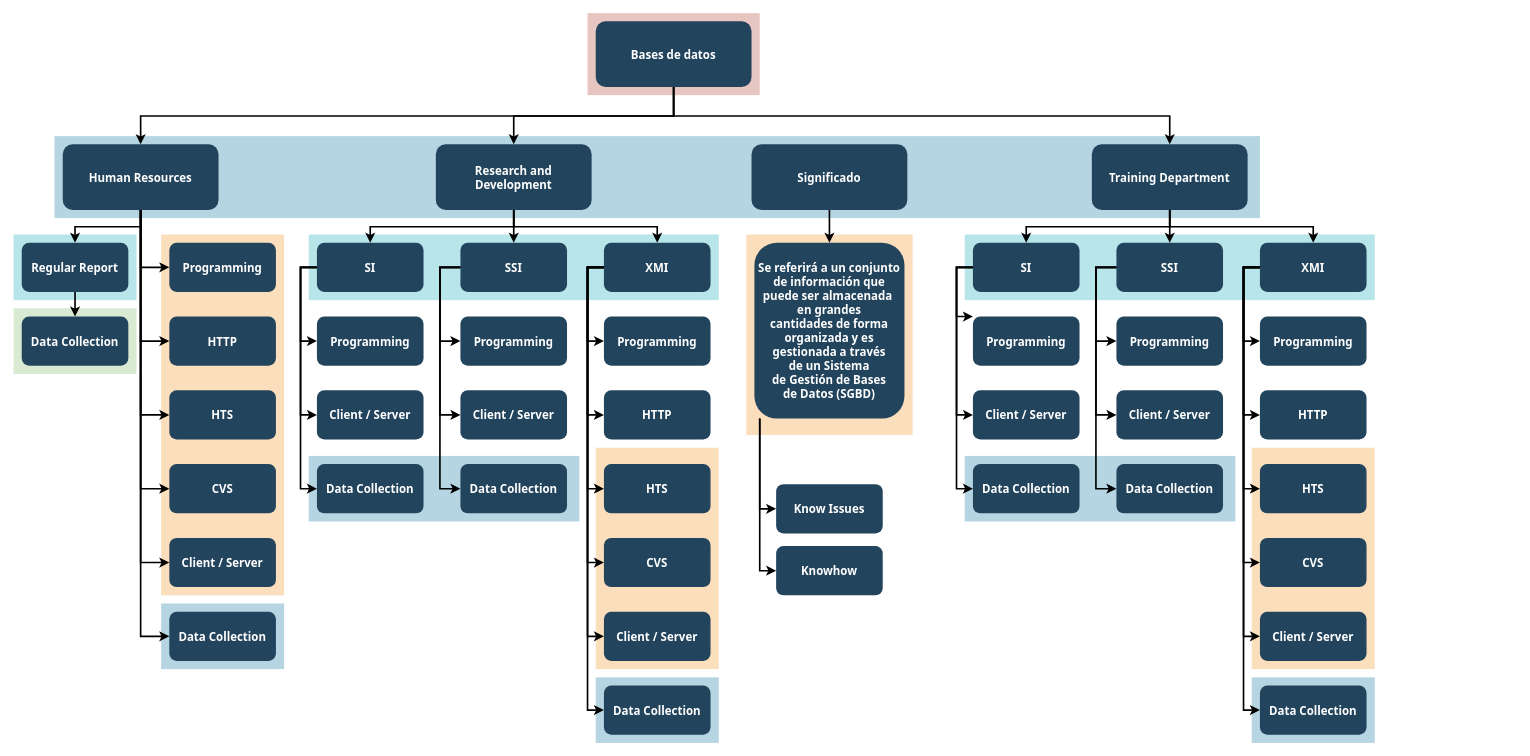
This is bases de datos.drawio from ibongy23/ibongy23.github.io, a draw.io file, before an edit. Source tidied: cells renumbered, new cells numbered last; positions are measured from the earlier drawing's top-left corner, leaving out a move shared by most shapes. Both pictures are drawn from the tidied source at 82%, with x=0, y=0 at pixel (13, 13).
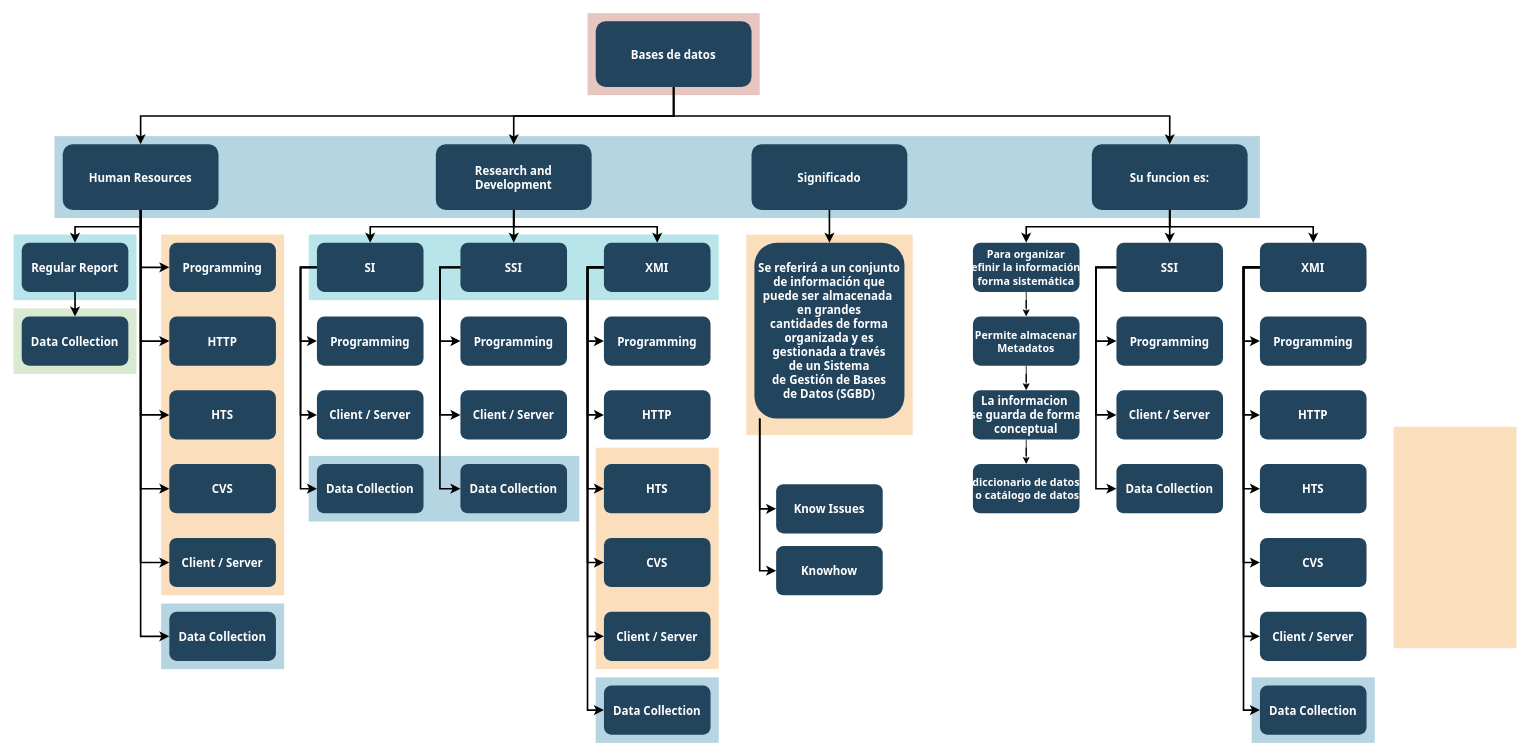
The same diagram, later.

Diff of the diagram source:
```diff
@@
     <mxCell id="4" style="fillColor=#F2931E;strokeColor=none;opacity=30;" parent="1" vertex="1">
-      <mxGeometry x="1510" y="529.5" width="150" height="270" as="geometry" />
+      <mxGeometry x="1683" y="504" width="150" height="270" as="geometry" />
     </mxCell>
@@
-    <mxCell id="9" style="fillColor=#10739E;strokeColor=none;opacity=30;" parent="1" vertex="1">
-      <mxGeometry x="1160" y="539.5" width="330" height="80" as="geometry" />
-    </mxCell>
@@
-    <mxCell id="14" style="fillColor=#12AAB5;strokeColor=none;opacity=30;" parent="1" vertex="1">
-      <mxGeometry x="1160" y="269.5" width="500" height="80" as="geometry" />
-    </mxCell>
@@
-    <mxCell id="18" value="Training Department" style="rounded=1;fillColor=#23445D;gradientColor=none;strokeColor=none;fontColor=#FFFFFF;fontStyle=1;fontFamily=Tahoma;fontSize=14;" parent="1" vertex="1">
+    <mxCell id="18" value="Su funcion es:" style="rounded=1;fillColor=#23445D;gradientColor=none;strokeColor=none;fontColor=#FFFFFF;fontStyle=1;fontFamily=Tahoma;fontSize=14;" parent="1" vertex="1">
       <mxGeometry x="1315" y="159.5" width="190" height="80" as="geometry" />
     </mxCell>
@@
+    <mxCell id="87" style="edgeStyle=orthogonalEdgeStyle;rounded=0;jettySize=auto;html=1;fontSize=13;" parent="1" edge="1" source="49" target="50">
+      <mxGeometry relative="1" as="geometry" />
+    </mxCell>
-    <mxCell id="49" value="SI" style="rounded=1;fillColor=#23445D;gradientColor=none;strokeColor=none;fontColor=#FFFFFF;fontStyle=1;fontFamily=Tahoma;fontSize=14;" parent="1" vertex="1">
+    <mxCell id="49" value="Para organizar &#10;y definir la información de &#10;forma sistemática" style="rounded=1;fillColor=#23445D;gradientColor=none;strokeColor=none;fontColor=#FFFFFF;fontStyle=1;fontFamily=Tahoma;fontSize=13;" parent="1" vertex="1">
       <mxGeometry x="1170" y="279.5" width="130" height="60" as="geometry" />
     </mxCell>
+    <mxCell id="107" style="edgeStyle=orthogonalEdgeStyle;rounded=0;jettySize=auto;html=1;fontSize=13;" parent="1" edge="1" source="50" target="51">
+      <mxGeometry relative="1" as="geometry" />
+    </mxCell>
-    <mxCell id="50" value="Programming" style="rounded=1;fillColor=#23445D;gradientColor=none;strokeColor=none;fontColor=#FFFFFF;fontStyle=1;fontFamily=Tahoma;fontSize=14;" parent="1" vertex="1">
+    <mxCell id="50" value="Permite almacenar&#10;Metadatos" style="rounded=1;fillColor=#23445D;gradientColor=none;strokeColor=none;fontColor=#FFFFFF;fontStyle=1;fontFamily=Tahoma;fontSize=13;" parent="1" vertex="1">
       <mxGeometry x="1170" y="369.5" width="130" height="60" as="geometry" />
     </mxCell>
+    <mxCell id="108" style="edgeStyle=orthogonalEdgeStyle;rounded=0;jettySize=auto;html=1;fontSize=13;" parent="1" edge="1" source="51" target="52">
+      <mxGeometry relative="1" as="geometry" />
+    </mxCell>
-    <mxCell id="51" value="Client / Server" style="rounded=1;fillColor=#23445D;gradientColor=none;strokeColor=none;fontColor=#FFFFFF;fontStyle=1;fontFamily=Tahoma;fontSize=14;" parent="1" vertex="1">
+    <mxCell id="51" value="La informacion &#10;se guarda de forma&#10;conceptual" style="rounded=1;fillColor=#23445D;gradientColor=none;strokeColor=none;fontColor=#FFFFFF;fontStyle=1;fontFamily=Tahoma;fontSize=14;" parent="1" vertex="1">
       <mxGeometry x="1170" y="459.5" width="130" height="60" as="geometry" />
     </mxCell>
-    <mxCell id="52" value="Data Collection" style="rounded=1;fillColor=#23445D;gradientColor=none;strokeColor=none;fontColor=#FFFFFF;fontStyle=1;fontFamily=Tahoma;fontSize=14;" parent="1" vertex="1">
+    <mxCell id="52" value="diccionario de datos&#10; o catálogo de datos" style="rounded=1;fillColor=#23445D;gradientColor=none;strokeColor=none;fontColor=#FFFFFF;fontStyle=1;fontFamily=Tahoma;fontSize=13;" parent="1" vertex="1">
       <mxGeometry x="1170" y="549.5" width="130" height="60" as="geometry" />
     </mxCell>
@@
-    <mxCell id="87" style="edgeStyle=elbowEdgeStyle;elbow=horizontal;strokeWidth=2;rounded=0;" parent="1" edge="1" source="49" target="50">
-      <mxGeometry x="-23" y="135.5" as="geometry">
-        <Array as="points">
-          <mxPoint x="1150" y="369.5" />
-        </Array>
-      </mxGeometry>
-    </mxCell>
-    <mxCell id="88" style="edgeStyle=elbowEdgeStyle;elbow=horizontal;strokeWidth=2;rounded=0;" parent="1" edge="1" source="49" target="51">
-      <mxGeometry x="-23" y="135.5" as="geometry">
-        <Array as="points">
-          <mxPoint x="1150" y="399.5" />
-        </Array>
-      </mxGeometry>
-    </mxCell>
-    <mxCell id="89" style="edgeStyle=elbowEdgeStyle;elbow=horizontal;strokeWidth=2;rounded=0;" parent="1" edge="1" source="49" target="52">
-      <mxGeometry x="-23" y="135.5" as="geometry">
-        <Array as="points">
-          <mxPoint x="1150" y="449.5" />
-        </Array>
-      </mxGeometry>
-    </mxCell>
```
